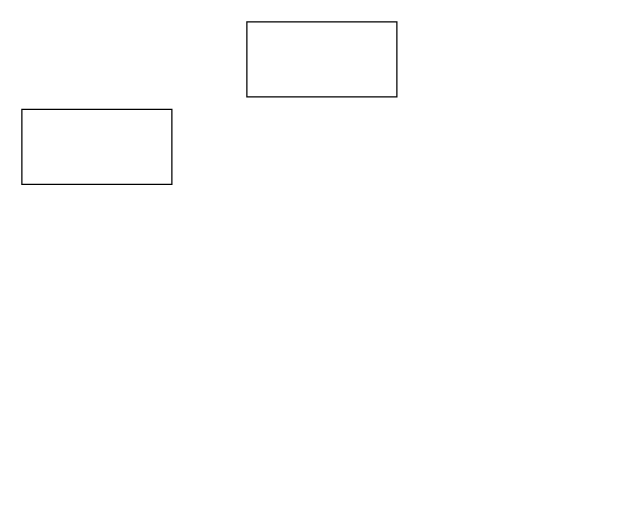
This is 觉醒后的行动.drawio from yueyang2009/Chinese-law, a draw.io file, before an edit. Source tidied: cells renumbered, new cells numbered last; positions are measured from the earlier drawing's top-left corner, leaving out a move shared by most shapes. Both pictures are drawn from the tidied source at 125%, with x=0, y=0 at pixel (21, 21).
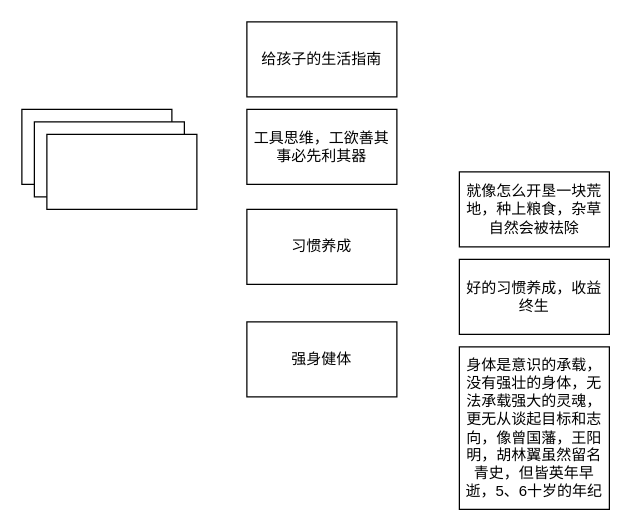
The same diagram, later.

Commit message (it also covers changes not shown here):
更新觉醒后的行动.drawio

What changed in the source:
```diff
@@
 <mxGraphModel>
   <root>
     <mxCell id="0" />
     <mxCell id="1" parent="0" />
     <mxCell id="2" style="rounded=0;whiteSpace=wrap;html=1;" parent="1" vertex="1">
       <mxGeometry y="70" width="120" height="60" as="geometry" />
     </mxCell>
-    <mxCell id="3" style="rounded=0;whiteSpace=wrap;html=1;" parent="1" vertex="1">
+    <mxCell id="3" value="给孩子的生活指南" style="rounded=0;whiteSpace=wrap;html=1;" parent="1" vertex="1">
       <mxGeometry x="180" width="120" height="60" as="geometry" />
     </mxCell>
+    <mxCell id="4" value="工具思维，工欲善其事必先利其器" style="rounded=0;whiteSpace=wrap;html=1;" parent="1" vertex="1">
+      <mxGeometry x="180" y="70" width="120" height="60" as="geometry" />
+    </mxCell>
+    <mxCell id="5" value="习惯养成" style="rounded=0;whiteSpace=wrap;html=1;" parent="1" vertex="1">
+      <mxGeometry x="180" y="150" width="120" height="60" as="geometry" />
+    </mxCell>
+    <mxCell id="6" style="rounded=0;whiteSpace=wrap;html=1;" parent="1" vertex="1">
+      <mxGeometry x="10" y="80" width="120" height="60" as="geometry" />
+    </mxCell>
+    <mxCell id="7" style="rounded=0;whiteSpace=wrap;html=1;" parent="1" vertex="1">
+      <mxGeometry x="20" y="90" width="120" height="60" as="geometry" />
+    </mxCell>
+    <mxCell id="8" value="身体是意识的承载，没有强壮的身体，无法承载强大的灵魂，更无从谈起目标和志向，像曾国藩，王阳明，胡林翼虽然留名青史，但皆英年早逝，5、6十岁的年纪" style="rounded=0;whiteSpace=wrap;html=1;" parent="1" vertex="1">
+      <mxGeometry x="350" y="260" width="120" height="130" as="geometry" />
+    </mxCell>
+    <mxCell id="9" value="强身健体&lt;br&gt;" style="rounded=0;whiteSpace=wrap;html=1;" parent="1" vertex="1">
+      <mxGeometry x="180" y="240" width="120" height="60" as="geometry" />
+    </mxCell>
+    <mxCell id="10" value="好的习惯养成，收益终生&lt;br&gt;" style="rounded=0;whiteSpace=wrap;html=1;" parent="1" vertex="1">
+      <mxGeometry x="350" y="190" width="120" height="60" as="geometry" />
+    </mxCell>
+    <mxCell id="11" value="就像怎么开垦一块荒地，种上粮食，杂草自然会被祛除" style="rounded=0;whiteSpace=wrap;html=1;" parent="1" vertex="1">
+      <mxGeometry x="350" y="120" width="120" height="60" as="geometry" />
+    </mxCell>
   </root>
 </mxGraphModel>
```
